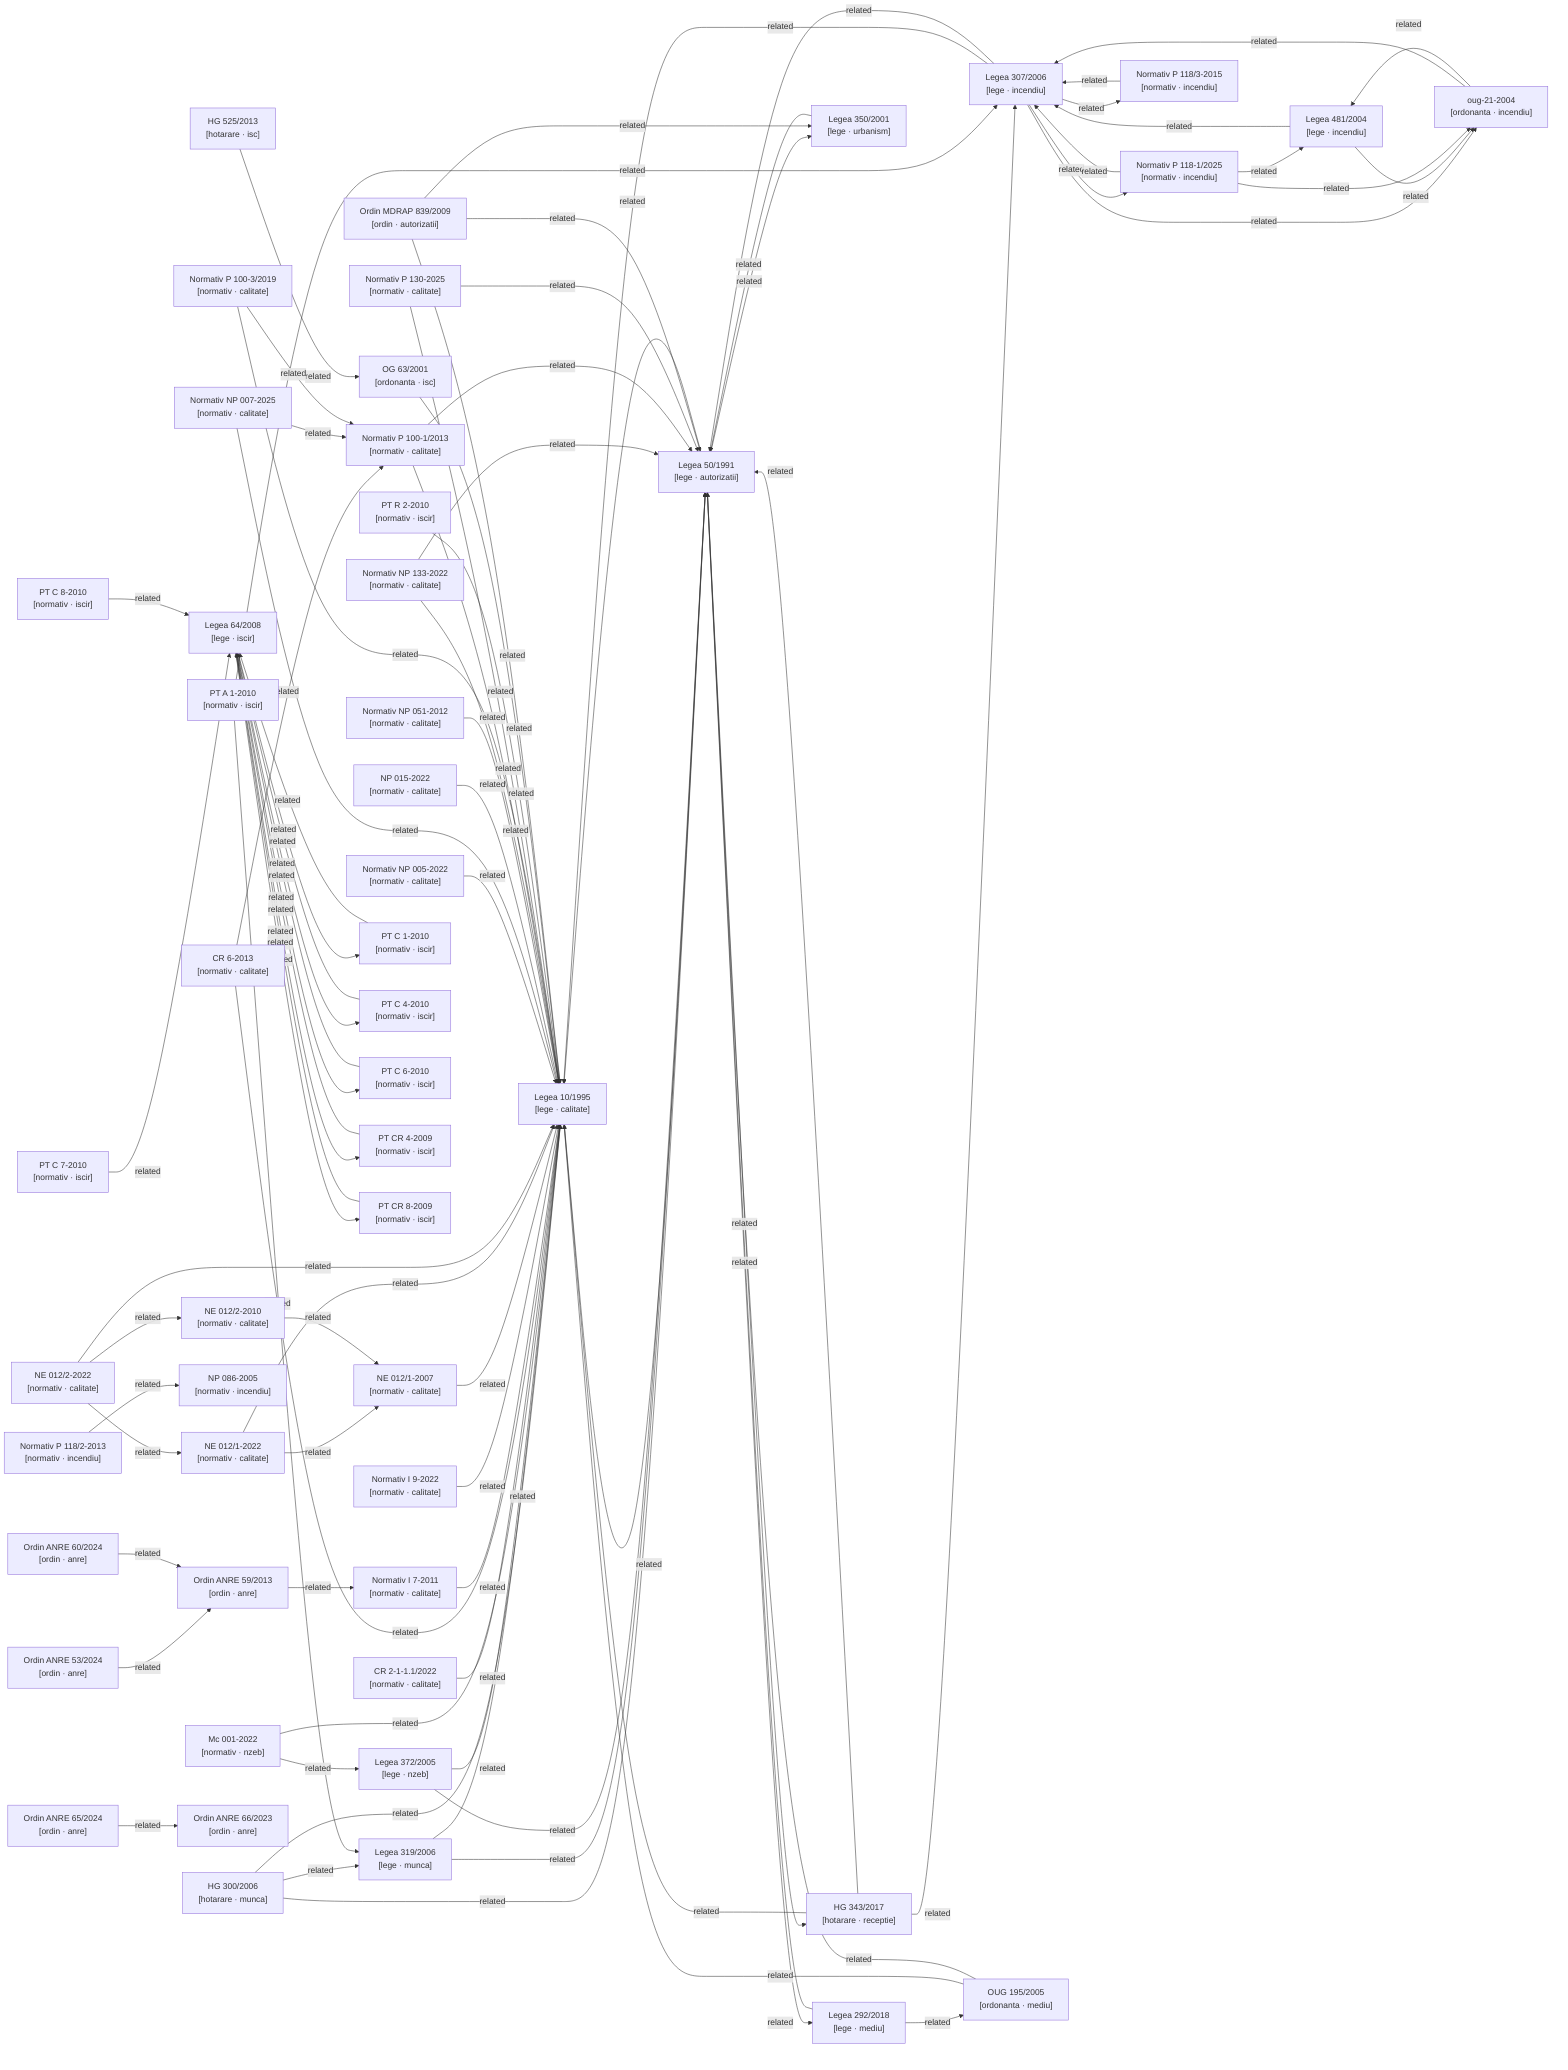
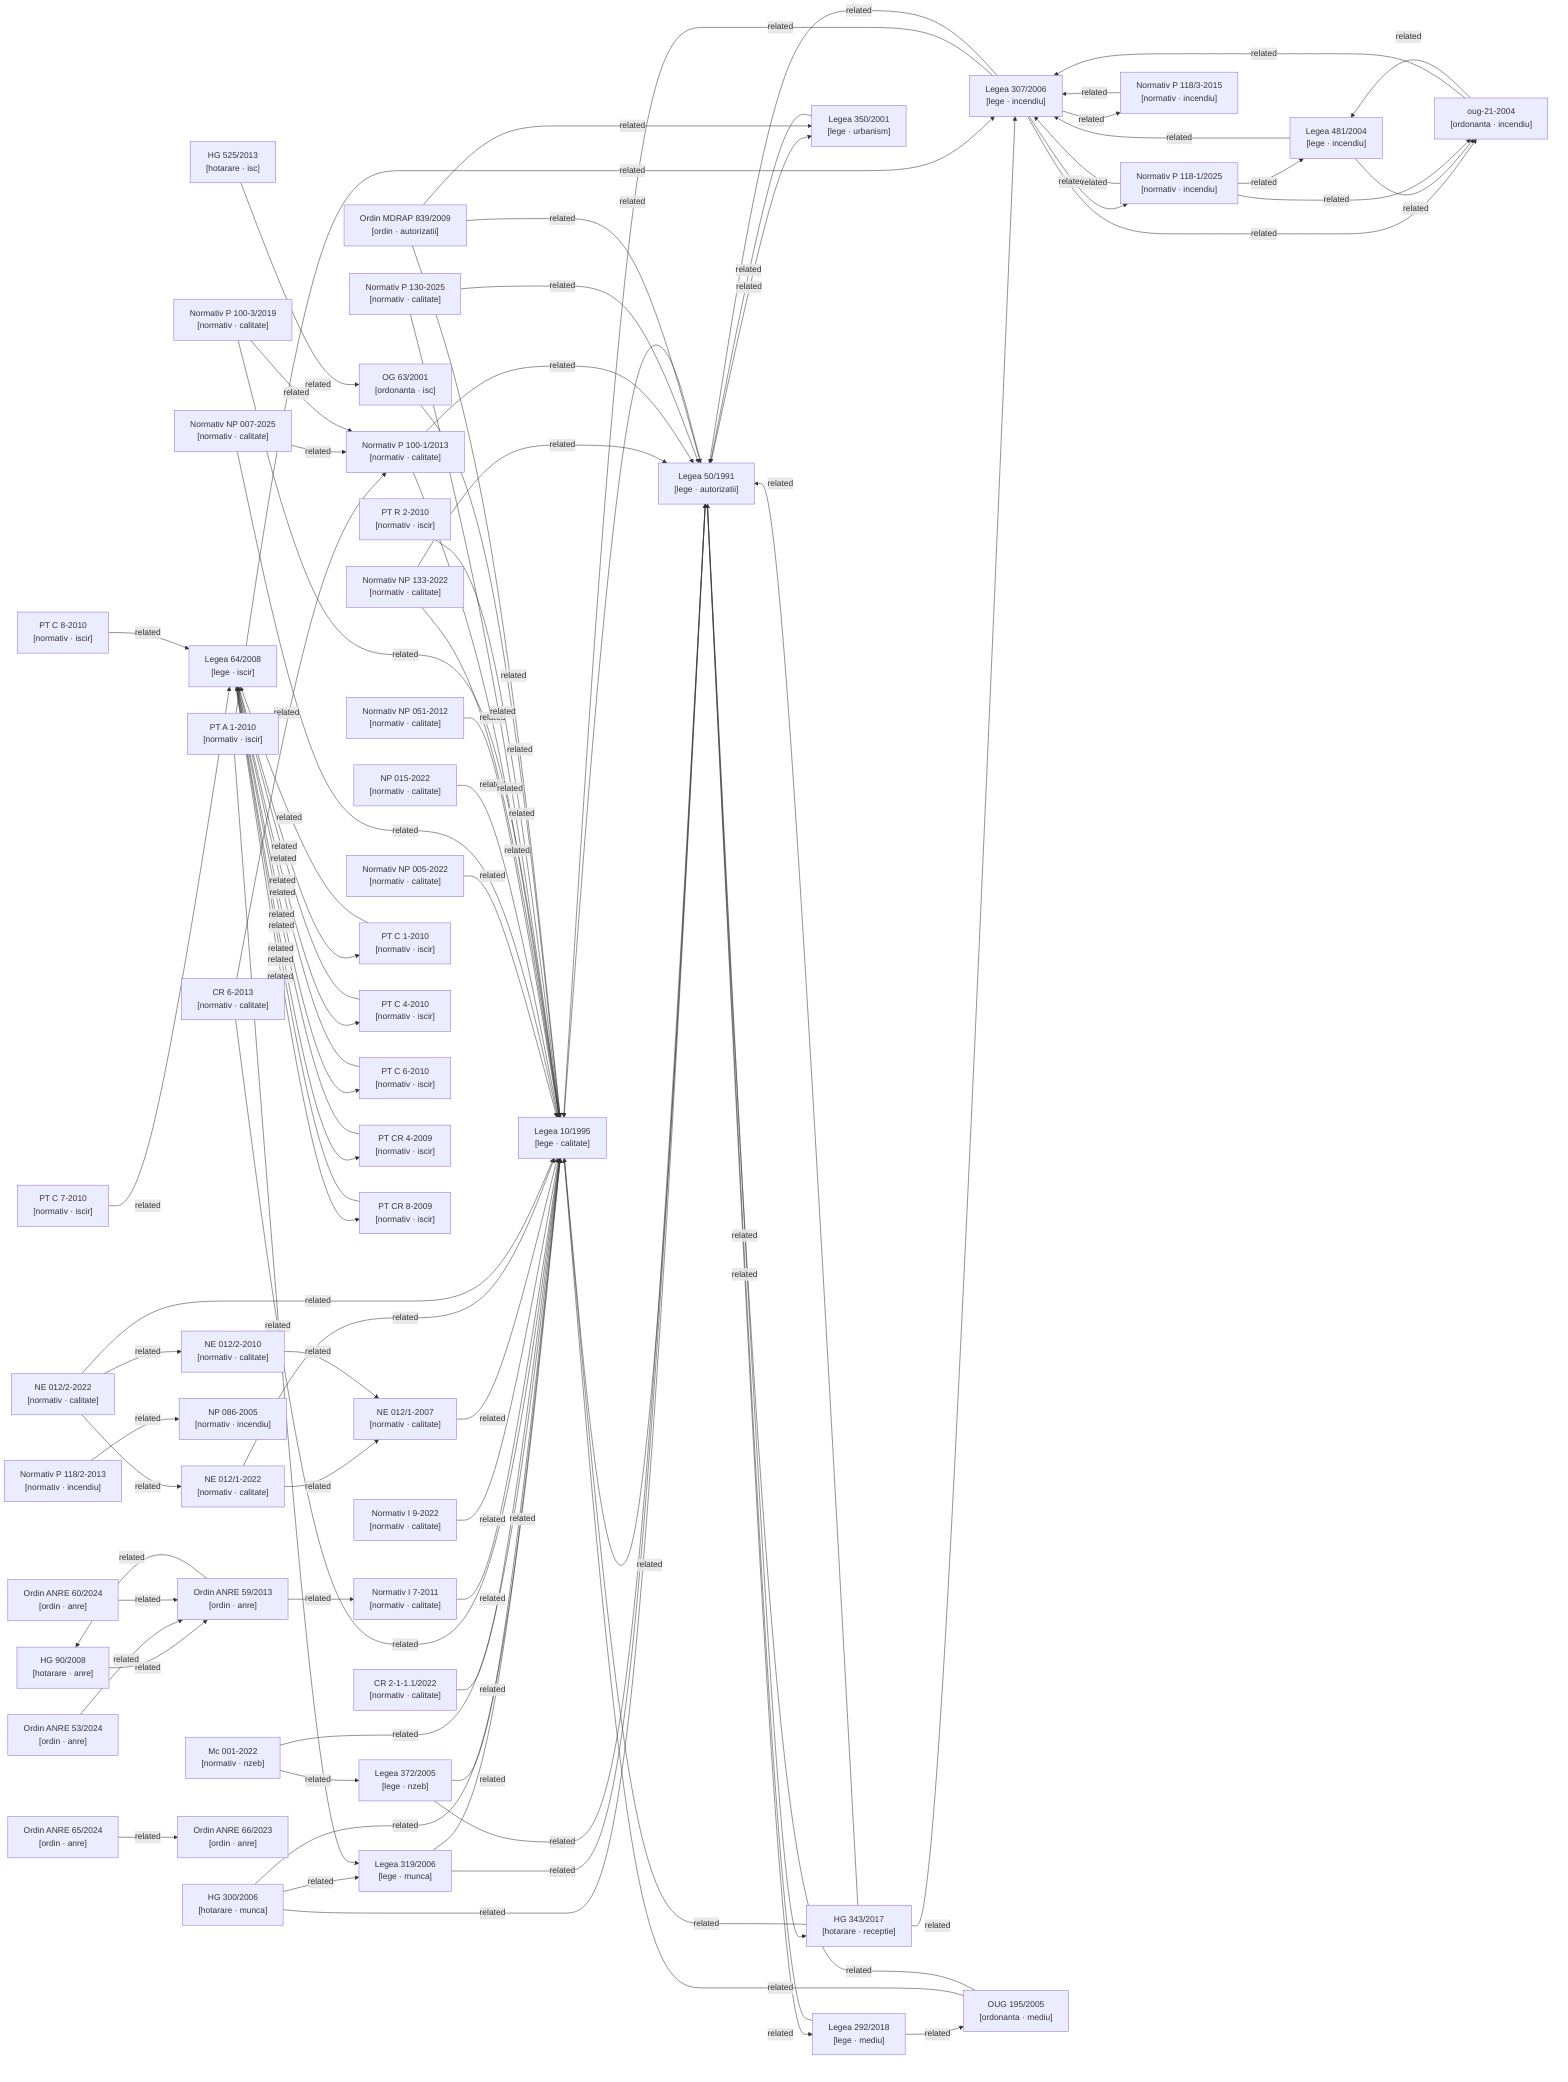
graph LR

  %% Nodes
  hg-300-2006["HG 300/2006\n[hotarare · munca]"]
  hg-343-2017["HG 343/2017\n[hotarare · receptie]"]
  hg-525-2013["HG 525/2013\n[hotarare · isc]"]
+   hg-90-2008["HG 90/2008\n[hotarare · anre]"]
  lege-10-1995["Legea 10/1995\n[lege · calitate]"]
  lege-292-2018["Legea 292/2018\n[lege · mediu]"]
  lege-307-2006["Legea 307/2006\n[lege · incendiu]"]
  lege-319-2006["Legea 319/2006\n[lege · munca]"]
  lege-350-2001["Legea 350/2001\n[lege · urbanism]"]
  lege-372-2005["Legea 372/2005\n[lege · nzeb]"]
  lege-481-2004["Legea 481/2004\n[lege · incendiu]"]
  lege-50-1991["Legea 50/1991\n[lege · autorizatii]"]
  lege-64-2008["Legea 64/2008\n[lege · iscir]"]
  metodologie-mc001-2022["Mc 001-2022\n[normativ · nzeb]"]
  normativ-cr2-1-1-1-2022["CR 2-1-1.1/2022\n[normativ · calitate]"]
  normativ-cr6-2013["CR 6-2013\n[normativ · calitate]"]
  normativ-i7-2011["Normativ I 7-2011\n[normativ · calitate]"]
  normativ-i9-2022["Normativ I 9-2022\n[normativ · calitate]"]
  normativ-ne012-1-2007["NE 012/1-2007\n[normativ · calitate]"]
  normativ-ne012-1-2022["NE 012/1-2022\n[normativ · calitate]"]
  normativ-ne012-2-2010["NE 012/2-2010\n[normativ · calitate]"]
  normativ-ne012-2-2022["NE 012/2-2022\n[normativ · calitate]"]
  normativ-np005-2022["Normativ NP 005-2022\n[normativ · calitate]"]
  normativ-np007-2025["Normativ NP 007-2025\n[normativ · calitate]"]
  normativ-np015-2022["NP 015-2022\n[normativ · calitate]"]
  normativ-np051-2012["Normativ NP 051-2012\n[normativ · calitate]"]
  normativ-np086-2005["NP 086-2005\n[normativ · incendiu]"]
  normativ-np133-2022["Normativ NP 133-2022\n[normativ · calitate]"]
  normativ-p100-1-2013["Normativ P 100-1/2013\n[normativ · calitate]"]
  normativ-p100-3-2019["Normativ P 100-3/2019\n[normativ · calitate]"]
  normativ-p118-1-2025["Normativ P 118-1/2025\n[normativ · incendiu]"]
  normativ-p118-2-2013["Normativ P 118/2-2013\n[normativ · incendiu]"]
  normativ-p118-3-2015["Normativ P 118/3-2015\n[normativ · incendiu]"]
  normativ-p130-2025["Normativ P 130-2025\n[normativ · calitate]"]
  normativ-pt-a1-2010["PT A 1-2010\n[normativ · iscir]"]
  normativ-pt-c1-2010["PT C 1-2010\n[normativ · iscir]"]
  normativ-pt-c4-2010["PT C 4-2010\n[normativ · iscir]"]
  normativ-pt-c6-2010["PT C 6-2010\n[normativ · iscir]"]
  normativ-pt-c7-2010["PT C 7-2010\n[normativ · iscir]"]
  normativ-pt-c8-2010["PT C 8-2010\n[normativ · iscir]"]
  normativ-pt-cr4-2009["PT CR 4-2009\n[normativ · iscir]"]
  normativ-pt-cr8-2009["PT CR 8-2009\n[normativ · iscir]"]
  normativ-pt-r2-2010["PT R 2-2010\n[normativ · iscir]"]
  og-63-2001["OG 63/2001\n[ordonanta · isc]"]
  ordin-839-2009["Ordin MDRAP 839/2009\n[ordin · autorizatii]"]
  ordin-anre-53-2024["Ordin ANRE 53/2024\n[ordin · anre]"]
  ordin-anre-59-2013["Ordin ANRE 59/2013\n[ordin · anre]"]
  ordin-anre-60-2024["Ordin ANRE 60/2024\n[ordin · anre]"]
  ordin-anre-65-2024["Ordin ANRE 65/2024\n[ordin · anre]"]
  ordin-anre-66-2023["Ordin ANRE 66/2023\n[ordin · anre]"]
  oug-195-2005["OUG 195/2005\n[ordonanta · mediu]"]
  oug-21-2004["oug-21-2004\n[ordonanta · incendiu]"]

  %% Confirmed relationships (from metadata related_acts)
  hg-300-2006 -->|related| lege-10-1995
  hg-300-2006 -->|related| lege-319-2006
  hg-300-2006 -->|related| lege-50-1991
  hg-343-2017 -->|related| lege-10-1995
  hg-343-2017 -->|related| lege-307-2006
  hg-343-2017 -->|related| lege-50-1991
  hg-525-2013 -->|related| og-63-2001
+   hg-90-2008 -->|related| ordin-anre-59-2013
  lege-10-1995 -->|related| lege-50-1991
  lege-292-2018 -->|related| lege-50-1991
  lege-292-2018 -->|related| oug-195-2005
  lege-307-2006 -->|related| lege-10-1995
  lege-307-2006 -->|related| lege-50-1991
  lege-307-2006 -->|related| normativ-p118-1-2025
  lege-307-2006 -->|related| normativ-p118-3-2015
  lege-307-2006 -->|related| oug-21-2004
  lege-319-2006 -->|related| lege-10-1995
  lege-319-2006 -->|related| lege-50-1991
  lege-350-2001 -->|related| lege-50-1991
  lege-372-2005 -->|related| lege-10-1995
  lege-372-2005 -->|related| lege-50-1991
  lege-481-2004 -->|related| lege-307-2006
  lege-481-2004 -->|related| oug-21-2004
  lege-50-1991 -->|related| hg-343-2017
  lege-50-1991 -->|related| lege-10-1995
  lege-50-1991 -->|related| lege-292-2018
  lege-50-1991 -->|related| lege-350-2001
  lege-64-2008 -->|related| normativ-pt-c1-2010
  lege-64-2008 -->|related| normativ-pt-c4-2010
  lege-64-2008 -->|related| normativ-pt-c6-2010
  lege-64-2008 -->|related| normativ-pt-cr4-2009
  lege-64-2008 -->|related| normativ-pt-cr8-2009
  metodologie-mc001-2022 -->|related| lege-10-1995
  metodologie-mc001-2022 -->|related| lege-372-2005
  normativ-cr2-1-1-1-2022 -->|related| lege-10-1995
  normativ-cr6-2013 -->|related| lege-10-1995
  normativ-cr6-2013 -->|related| normativ-p100-1-2013
  normativ-i7-2011 -->|related| lege-10-1995
  normativ-i9-2022 -->|related| lege-10-1995
  normativ-ne012-1-2007 -->|related| lege-10-1995
  normativ-ne012-1-2022 -->|related| lege-10-1995
  normativ-ne012-1-2022 -->|related| normativ-ne012-1-2007
  normativ-ne012-2-2010 -->|related| normativ-ne012-1-2007
  normativ-ne012-2-2022 -->|related| lege-10-1995
  normativ-ne012-2-2022 -->|related| normativ-ne012-1-2022
  normativ-ne012-2-2022 -->|related| normativ-ne012-2-2010
  normativ-np005-2022 -->|related| lege-10-1995
  normativ-np007-2025 -->|related| lege-10-1995
  normativ-np007-2025 -->|related| normativ-p100-1-2013
  normativ-np015-2022 -->|related| lege-10-1995
  normativ-np051-2012 -->|related| lege-10-1995
  normativ-np133-2022 -->|related| lege-10-1995
  normativ-np133-2022 -->|related| lege-50-1991
  normativ-p100-1-2013 -->|related| lege-10-1995
  normativ-p100-1-2013 -->|related| lege-50-1991
  normativ-p100-3-2019 -->|related| lege-10-1995
  normativ-p100-3-2019 -->|related| normativ-p100-1-2013
  normativ-p118-1-2025 -->|related| lege-307-2006
  normativ-p118-1-2025 -->|related| lege-481-2004
  normativ-p118-1-2025 -->|related| oug-21-2004
  normativ-p118-2-2013 -->|related| normativ-np086-2005
  normativ-p118-3-2015 -->|related| lege-307-2006
  normativ-p130-2025 -->|related| lege-10-1995
  normativ-p130-2025 -->|related| lege-50-1991
  normativ-pt-a1-2010 -->|related| lege-307-2006
  normativ-pt-a1-2010 -->|related| lege-319-2006
  normativ-pt-c1-2010 -->|related| lege-64-2008
  normativ-pt-c4-2010 -->|related| lege-64-2008
  normativ-pt-c6-2010 -->|related| lege-64-2008
  normativ-pt-c7-2010 -->|related| lege-64-2008
  normativ-pt-c8-2010 -->|related| lege-64-2008
  normativ-pt-cr4-2009 -->|related| lege-64-2008
  normativ-pt-cr8-2009 -->|related| lege-64-2008
  normativ-pt-r2-2010 -->|related| lege-10-1995
  og-63-2001 -->|related| lege-10-1995
  ordin-839-2009 -->|related| lege-10-1995
  ordin-839-2009 -->|related| lege-350-2001
  ordin-839-2009 -->|related| lege-50-1991
  ordin-anre-53-2024 -->|related| ordin-anre-59-2013
+   ordin-anre-59-2013 -->|related| hg-90-2008
  ordin-anre-59-2013 -->|related| normativ-i7-2011
  ordin-anre-60-2024 -->|related| ordin-anre-59-2013
  ordin-anre-65-2024 -->|related| ordin-anre-66-2023
  oug-195-2005 -->|related| lege-10-1995
  oug-195-2005 -->|related| lege-50-1991
  oug-21-2004 -->|related| lege-307-2006
  oug-21-2004 -->|related| lege-481-2004

  %% Auto-detected relationships (needs_review)
